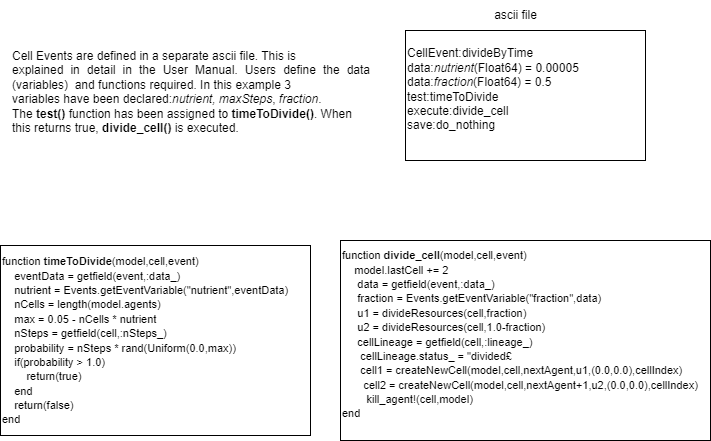
NedSlider/teatPackage.jl keeps this draw.io diagram as ps/ps_appendixA.png. Above is the earlier version. Source tidied: cells renumbered, new cells last; positions are measured from the earlier drawing's top-left corner, leaving out a move shared by most shapes. The source it was exported from:
```xml
<mxGraphModel>
  <root>
    <mxCell id="0" />
    <mxCell id="1" parent="0" />
    <mxCell id="2" value="&lt;p style=&quot;&quot; class=&quot;MsoNormal&quot;&gt;&lt;/p&gt;&lt;div style=&quot;text-align: justify;&quot;&gt;&lt;span style=&quot;background-color: initial;&quot;&gt;Cell Events are defined in a separate ascii file. This is&lt;/span&gt;&lt;/div&gt;&lt;span style=&quot;mso-bidi-font-family:&lt;br/&gt;&amp;quot;Liberation Serif&amp;quot;&quot;&gt;&lt;div style=&quot;text-align: justify;&quot;&gt;&lt;span style=&quot;background-color: initial;&quot;&gt;explained in detail in the User Manual. Users define the data (variables)&lt;/span&gt;&lt;span style=&quot;background-color: initial;&quot;&gt;&amp;nbsp; &lt;/span&gt;&lt;span style=&quot;background-color: initial;&quot;&gt;and functions required. In this example 3&lt;/span&gt;&lt;/div&gt;&lt;div style=&quot;text-align: justify;&quot;&gt;&lt;span style=&quot;background-color: initial;&quot;&gt;variables have been declared:&lt;/span&gt;&lt;i style=&quot;background-color: initial;&quot;&gt;nutrient,&lt;/i&gt;&lt;span style=&quot;background-color: initial;&quot;&gt; &lt;/span&gt;&lt;i style=&quot;background-color: initial;&quot;&gt;maxSteps&lt;/i&gt;&lt;span style=&quot;background-color: initial;&quot;&gt;, &lt;/span&gt;&lt;i style=&quot;background-color: initial;&quot;&gt;fraction&lt;/i&gt;&lt;span style=&quot;background-color: initial;&quot;&gt;.&lt;/span&gt;&lt;/div&gt;&lt;div style=&quot;text-align: justify;&quot;&gt;&lt;span style=&quot;background-color: initial;&quot;&gt;The &lt;/span&gt;&lt;b style=&quot;background-color: initial;&quot;&gt;test()&lt;/b&gt;&lt;span style=&quot;background-color: initial;&quot;&gt; function has been assigned to &lt;/span&gt;&lt;b style=&quot;background-color: initial;&quot;&gt;timeToDivide()&lt;/b&gt;&lt;span style=&quot;background-color: initial;&quot;&gt;. When&lt;/span&gt;&lt;/div&gt;&lt;div style=&quot;text-align: justify;&quot;&gt;&lt;span style=&quot;background-color: initial;&quot;&gt;this returns true, &lt;/span&gt;&lt;b style=&quot;background-color: initial;&quot;&gt;divide_cell()&lt;/b&gt;&lt;span style=&quot;background-color: initial;&quot;&gt; is executed.&lt;/span&gt;&lt;/div&gt;&lt;/span&gt;&lt;p&gt;&lt;/p&gt;" style="text;whiteSpace=wrap;html=1;align=left;" parent="1" vertex="1">
      <mxGeometry x="10" y="30" width="360" height="130" as="geometry" />
    </mxCell>
    <mxCell id="3" value="&lt;font style=&quot;font-size: 12px;&quot;&gt;CellEvent:divideByTime&amp;nbsp;&lt;br&gt;data:&lt;i&gt;nutrient&lt;/i&gt;(Float64) = 0.00005&lt;br&gt;data:&lt;i&gt;fraction&lt;/i&gt;(Float64) = 0.5&lt;br&gt;test:timeToDivide&lt;br&gt;&lt;span style=&quot;background-color: initial;&quot;&gt;execute:divide_cell&lt;br&gt;&lt;/span&gt;&lt;span style=&quot;background-color: initial;&quot;&gt;save:do_nothing&lt;/span&gt;&lt;/font&gt;&lt;p class=&quot;MsoNormal&quot;&gt;&lt;span style=&quot;font-size:10.0pt;mso-bidi-font-size:12.0pt&quot;&gt;&lt;/span&gt;&lt;/p&gt;" style="rounded=0;whiteSpace=wrap;html=1;align=left;" parent="1" vertex="1">
      <mxGeometry x="405" y="30" width="240" height="130" as="geometry" />
    </mxCell>
    <mxCell id="4" value="ascii file" style="text;html=1;align=center;verticalAlign=middle;strokeColor=none;fillColor=none;" parent="1" vertex="1">
      <mxGeometry x="480" width="70" height="30" as="geometry" />
    </mxCell>
    <mxCell id="5" value="&lt;font style=&quot;font-size: 11px;&quot;&gt;function &lt;b&gt;timeToDivide&lt;/b&gt;(model,cell,event)&lt;br&gt;&lt;span style=&quot;background-color: initial;&quot;&gt;&amp;nbsp; &amp;nbsp;&amp;nbsp;eventData = getfield(event,:data_)&lt;br&gt;&lt;/span&gt;&lt;span style=&quot;background-color: initial;&quot;&gt;&amp;nbsp; &amp;nbsp; &lt;/span&gt;&lt;span style=&quot;background-color: initial;&quot;&gt;nutrient = Events.getEventVariable(&quot;nutrient&quot;,eventData)&lt;br&gt;&lt;/span&gt;&amp;nbsp; &amp;nbsp; nCells = length(model.agents)&lt;br&gt;&amp;nbsp; &amp;nbsp; max = 0.05 - nCells * nutrient&lt;br&gt;&amp;nbsp; &amp;nbsp; nSteps = getfield(cell,:nSteps_)&lt;br&gt;&amp;nbsp; &amp;nbsp; probability = nSteps * rand(Uniform(0.0,max))&lt;br&gt;&amp;nbsp; &amp;nbsp; if(probability &amp;gt; 1.0)&lt;br&gt;&amp;nbsp; &amp;nbsp; &amp;nbsp; &amp;nbsp; return(true)&lt;br&gt;&amp;nbsp; &amp;nbsp; end&lt;br&gt;&amp;nbsp; &amp;nbsp; return(false)&lt;br&gt;end&lt;/font&gt;" style="rounded=0;whiteSpace=wrap;html=1;align=left;" parent="1" vertex="1">
      <mxGeometry y="245" width="310" height="190" as="geometry" />
    </mxCell>
    <mxCell id="6" value="&lt;font style=&quot;font-size: 11px;&quot;&gt;&lt;font style=&quot;font-size: 11px;&quot;&gt;&lt;span style=&quot;background-color: initial;&quot;&gt;function &lt;/span&gt;&lt;b style=&quot;background-color: initial;&quot;&gt;divide_cel&lt;/b&gt;&lt;b style=&quot;background-color: initial;&quot;&gt;l&lt;/b&gt;&lt;span style=&quot;background-color: initial;&quot;&gt;(model,cell,event)&lt;br&gt;&lt;/span&gt;&lt;span style=&quot;background-color: initial;&quot;&gt;&amp;nbsp; &amp;nbsp;&amp;nbsp;model.lastCell += 2&lt;br&gt;&lt;/span&gt;&amp;nbsp; &amp;nbsp; &amp;nbsp;data = getfield(event,:data_)&lt;br&gt;&amp;nbsp; &amp;nbsp; &amp;nbsp;fraction = Events.getEventVariable(&quot;fraction&quot;,data)&lt;br&gt;&amp;nbsp; &amp;nbsp; &amp;nbsp;u1 = divideResources(cell,fraction)&lt;br&gt;&amp;nbsp; &amp;nbsp; &amp;nbsp;u2 = divideResources(cell,1.0-fraction)&lt;br&gt;&amp;nbsp; &amp;nbsp; &amp;nbsp;cellLineage = getfield(cell,:lineage_)&lt;br&gt;&lt;span style=&quot;background-color: initial;&quot;&gt;&amp;nbsp; &amp;nbsp; &amp;nbsp;&amp;nbsp;&lt;/span&gt;cellLineage.status_ = &quot;divided£&lt;br&gt;&lt;span style=&quot;background-color: initial;&quot;&gt;&amp;nbsp; &amp;nbsp; &amp;nbsp;&amp;nbsp;&lt;/span&gt;&lt;span style=&quot;background-color: initial;&quot;&gt;cell1 = createNewCell(model,cell,nextAgent,u1,(0.0,0.0),cellIndex)&lt;br&gt;&lt;/span&gt;&amp;nbsp; &amp;nbsp; &amp;nbsp; &amp;nbsp;cell2 = createNewCell(model,cell,nextAgent+1,u2,(0.0,0.0),cellIndex)&lt;/font&gt;&lt;font style=&quot;font-size: 11px;&quot;&gt;&lt;br&gt;&lt;/font&gt;&amp;nbsp; &amp;nbsp; &amp;nbsp; &amp;nbsp; kill_agent!(cell,model)&lt;br&gt;&lt;/font&gt;&lt;span style=&quot;background-color: initial; font-size: 11px;&quot;&gt;&lt;font style=&quot;font-size: 11px;&quot;&gt;end&lt;/font&gt;&lt;br&gt;&lt;/span&gt;&lt;p class=&quot;MsoNormal&quot;&gt;&lt;span style=&quot;font-size:10.0pt;&lt;br/&gt;mso-bidi-font-size:12.0pt&quot;&gt;&lt;/span&gt;&lt;/p&gt;" style="rounded=0;whiteSpace=wrap;html=1;align=left;" parent="1" vertex="1">
      <mxGeometry x="340" y="240" width="370" height="200" as="geometry" />
    </mxCell>
  </root>
</mxGraphModel>
```
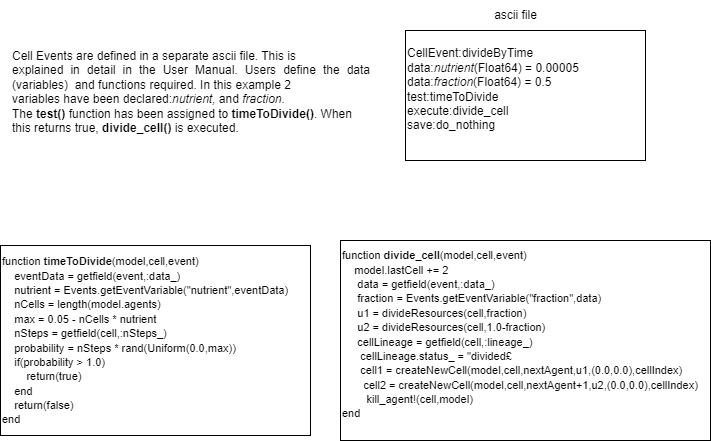
After the change.

The edit, as a diff of the source:
```diff
@@ -2,7 +2,7 @@
   <root>
     <mxCell id="0" />
     <mxCell id="1" parent="0" />
-    <mxCell id="2" value="&lt;p style=&quot;&quot; class=&quot;MsoNormal&quot;&gt;&lt;/p&gt;&lt;div style=&quot;text-align: justify;&quot;&gt;&lt;span style=&quot;background-color: initial;&quot;&gt;Cell Events are defined in a separate ascii file. This is&lt;/span&gt;&lt;/div&gt;&lt;span style=&quot;mso-bidi-font-family:&lt;br/&gt;&amp;quot;Liberation Serif&amp;quot;&quot;&gt;&lt;div style=&quot;text-align: justify;&quot;&gt;&lt;span style=&quot;background-color: initial;&quot;&gt;explained in detail in the User Manual. Users define the data (variables)&lt;/span&gt;&lt;span style=&quot;background-color: initial;&quot;&gt;&amp;nbsp; &lt;/span&gt;&lt;span style=&quot;background-color: initial;&quot;&gt;and functions required. In this example 3&lt;/span&gt;&lt;/div&gt;&lt;div style=&quot;text-align: justify;&quot;&gt;&lt;span style=&quot;background-color: initial;&quot;&gt;variables have been declared:&lt;/span&gt;&lt;i style=&quot;background-color: initial;&quot;&gt;nutrient,&lt;/i&gt;&lt;span style=&quot;background-color: initial;&quot;&gt; &lt;/span&gt;&lt;i style=&quot;background-color: initial;&quot;&gt;maxSteps&lt;/i&gt;&lt;span style=&quot;background-color: initial;&quot;&gt;, &lt;/span&gt;&lt;i style=&quot;background-color: initial;&quot;&gt;fraction&lt;/i&gt;&lt;span style=&quot;background-color: initial;&quot;&gt;.&lt;/span&gt;&lt;/div&gt;&lt;div style=&quot;text-align: justify;&quot;&gt;&lt;span style=&quot;background-color: initial;&quot;&gt;The &lt;/span&gt;&lt;b style=&quot;background-color: initial;&quot;&gt;test()&lt;/b&gt;&lt;span style=&quot;background-color: initial;&quot;&gt; function has been assigned to &lt;/span&gt;&lt;b style=&quot;background-color: initial;&quot;&gt;timeToDivide()&lt;/b&gt;&lt;span style=&quot;background-color: initial;&quot;&gt;. When&lt;/span&gt;&lt;/div&gt;&lt;div style=&quot;text-align: justify;&quot;&gt;&lt;span style=&quot;background-color: initial;&quot;&gt;this returns true, &lt;/span&gt;&lt;b style=&quot;background-color: initial;&quot;&gt;divide_cell()&lt;/b&gt;&lt;span style=&quot;background-color: initial;&quot;&gt; is executed.&lt;/span&gt;&lt;/div&gt;&lt;/span&gt;&lt;p&gt;&lt;/p&gt;" style="text;whiteSpace=wrap;html=1;align=left;" parent="1" vertex="1">
+    <mxCell id="2" value="&lt;p style=&quot;&quot; class=&quot;MsoNormal&quot;&gt;&lt;/p&gt;&lt;div style=&quot;text-align: justify;&quot;&gt;&lt;span style=&quot;background-color: initial;&quot;&gt;Cell Events are defined in a separate ascii file. This is&lt;/span&gt;&lt;/div&gt;&lt;div style=&quot;text-align: justify;&quot;&gt;&lt;span style=&quot;background-color: initial;&quot;&gt;explained in detail in the User Manual. Users define the data (variables)&lt;/span&gt;&lt;span style=&quot;background-color: initial;&quot;&gt;&amp;nbsp; &lt;/span&gt;&lt;span style=&quot;background-color: initial;&quot;&gt;and functions required. In this example 2&lt;/span&gt;&lt;/div&gt;&lt;div style=&quot;text-align: justify;&quot;&gt;&lt;span style=&quot;background-color: initial;&quot;&gt;variables have been declared:&lt;/span&gt;&lt;i style=&quot;background-color: initial;&quot;&gt;nutrient, &lt;/i&gt;&lt;span style=&quot;background-color: initial;&quot;&gt;and&lt;/span&gt;&lt;span style=&quot;background-color: initial;&quot;&gt;&amp;nbsp;&lt;/span&gt;&lt;i style=&quot;background-color: initial;&quot;&gt;fraction&lt;/i&gt;&lt;span style=&quot;background-color: initial;&quot;&gt;.&lt;/span&gt;&lt;/div&gt;&lt;div style=&quot;text-align: justify;&quot;&gt;&lt;span style=&quot;background-color: initial;&quot;&gt;The &lt;/span&gt;&lt;b style=&quot;background-color: initial;&quot;&gt;test()&lt;/b&gt;&lt;span style=&quot;background-color: initial;&quot;&gt; function has been assigned to &lt;/span&gt;&lt;b style=&quot;background-color: initial;&quot;&gt;timeToDivide()&lt;/b&gt;&lt;span style=&quot;background-color: initial;&quot;&gt;. When&lt;/span&gt;&lt;/div&gt;&lt;div style=&quot;text-align: justify;&quot;&gt;&lt;span style=&quot;background-color: initial;&quot;&gt;this returns true, &lt;/span&gt;&lt;b style=&quot;background-color: initial;&quot;&gt;divide_cell()&lt;/b&gt;&lt;span style=&quot;background-color: initial;&quot;&gt; is executed.&lt;/span&gt;&lt;/div&gt;&lt;p&gt;&lt;/p&gt;" style="text;whiteSpace=wrap;html=1;align=left;" parent="1" vertex="1">
       <mxGeometry x="10" y="30" width="360" height="130" as="geometry" />
     </mxCell>
     <mxCell id="3" value="&lt;font style=&quot;font-size: 12px;&quot;&gt;CellEvent:divideByTime&amp;nbsp;&lt;br&gt;data:&lt;i&gt;nutrient&lt;/i&gt;(Float64) = 0.00005&lt;br&gt;data:&lt;i&gt;fraction&lt;/i&gt;(Float64) = 0.5&lt;br&gt;test:timeToDivide&lt;br&gt;&lt;span style=&quot;background-color: initial;&quot;&gt;execute:divide_cell&lt;br&gt;&lt;/span&gt;&lt;span style=&quot;background-color: initial;&quot;&gt;save:do_nothing&lt;/span&gt;&lt;/font&gt;&lt;p class=&quot;MsoNormal&quot;&gt;&lt;span style=&quot;font-size:10.0pt;mso-bidi-font-size:12.0pt&quot;&gt;&lt;/span&gt;&lt;/p&gt;" style="rounded=0;whiteSpace=wrap;html=1;align=left;" parent="1" vertex="1">
```
